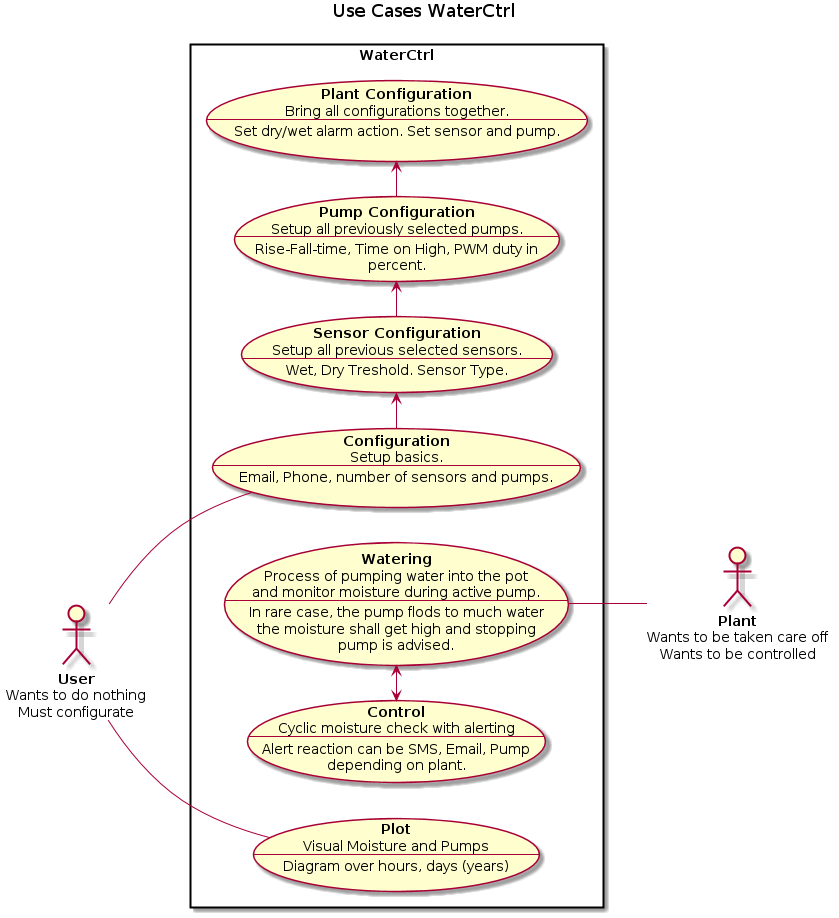
janhieber/WaterCtrl keeps this PlantUML diagram as RaspberryPi/docs/WateringSzenario.png. Above is the earlier version.
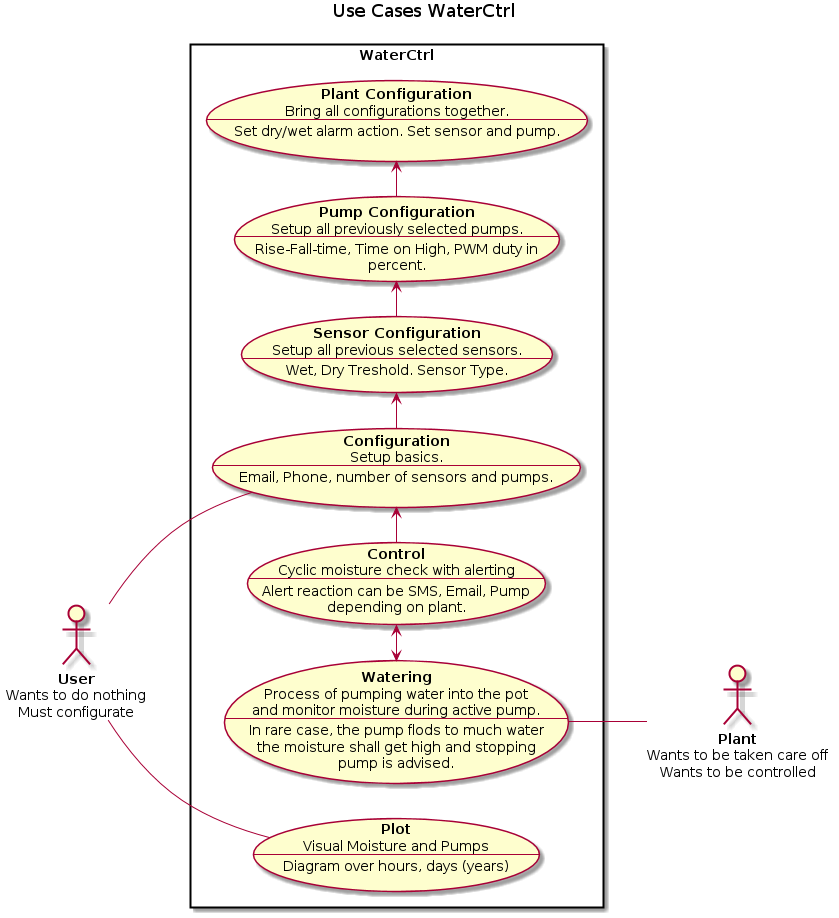
The same file after the commit.

Commit message:
UML add components, broker and control states

What changed in the source:
```diff
@@ -50,8 +50,8 @@
 config -> sconfig
 sconfig -> mconfig
 mconfig -> pconfig
-
-Control <-> Watering
+Control-> config
+Watering <-> Control
 }
 
 user -- config
```
